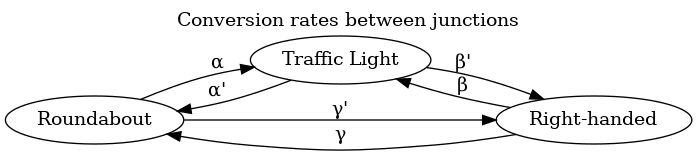
Earlier version of the Graphviz export doc/graphs/junctions.png (basictask/TrafficControl). Its source is kept beside it as doc/graphs/junctions.dot.
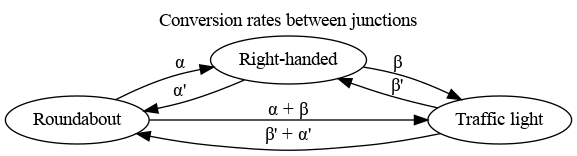
The same diagram one commit later.

The edit, as a diff of the source:
```diff
@@ -5,15 +5,15 @@
     rankdir = "LR"
 
     roundabout [label="Roundabout"]
-    trafficLight [label="Traffic Light"]
-    rightHand [label="Right-handed"]
+    trafficLight [label="Right-handed"]
+    rightHand [label="Traffic light"]
 
     roundabout -> trafficLight [ label="α"]
     trafficLight -> roundabout [ label="α\'"]
 
-    rightHand -> trafficLight [label="β"]
-    trafficLight -> rightHand [label="β\'"]
+    rightHand -> trafficLight [label="β\'"]
+    trafficLight -> rightHand [label="β"]
 
-    roundabout -> rightHand [label="γ\'"]
-    rightHand -> roundabout [label="γ"]
+    roundabout -> rightHand [label="α + β"]
+    rightHand -> roundabout [label="β\' + α\'"]
 }
```
